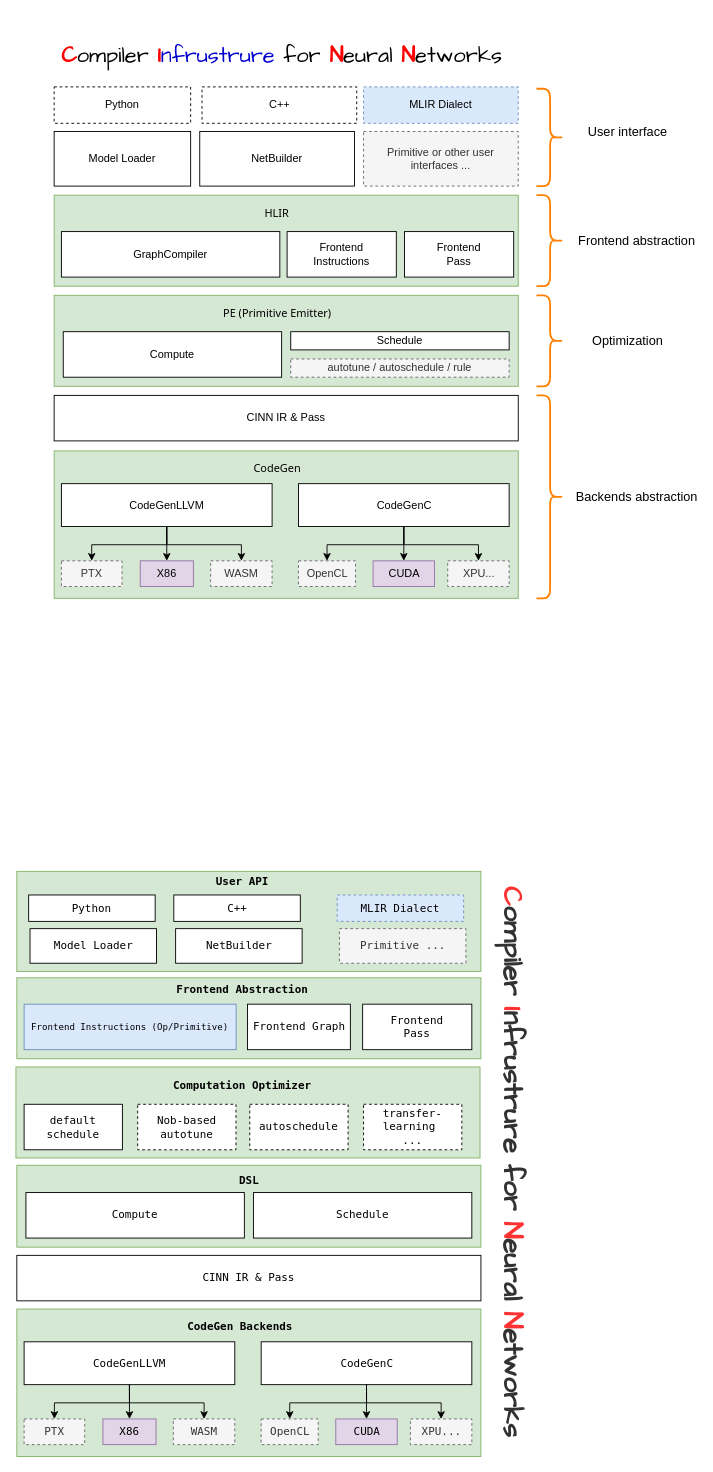
Above: CINN Architecture with future design.drawio in Superjomn/_tmp_images (draw.io), before the change. Source tidied: cells renumbered, new cells numbered last; positions are measured from the earlier drawing's top-left corner, leaving out a move shared by most shapes. Both pictures are drawn from the tidied source at 91%, with x=0, y=0 at pixel (15, 15).
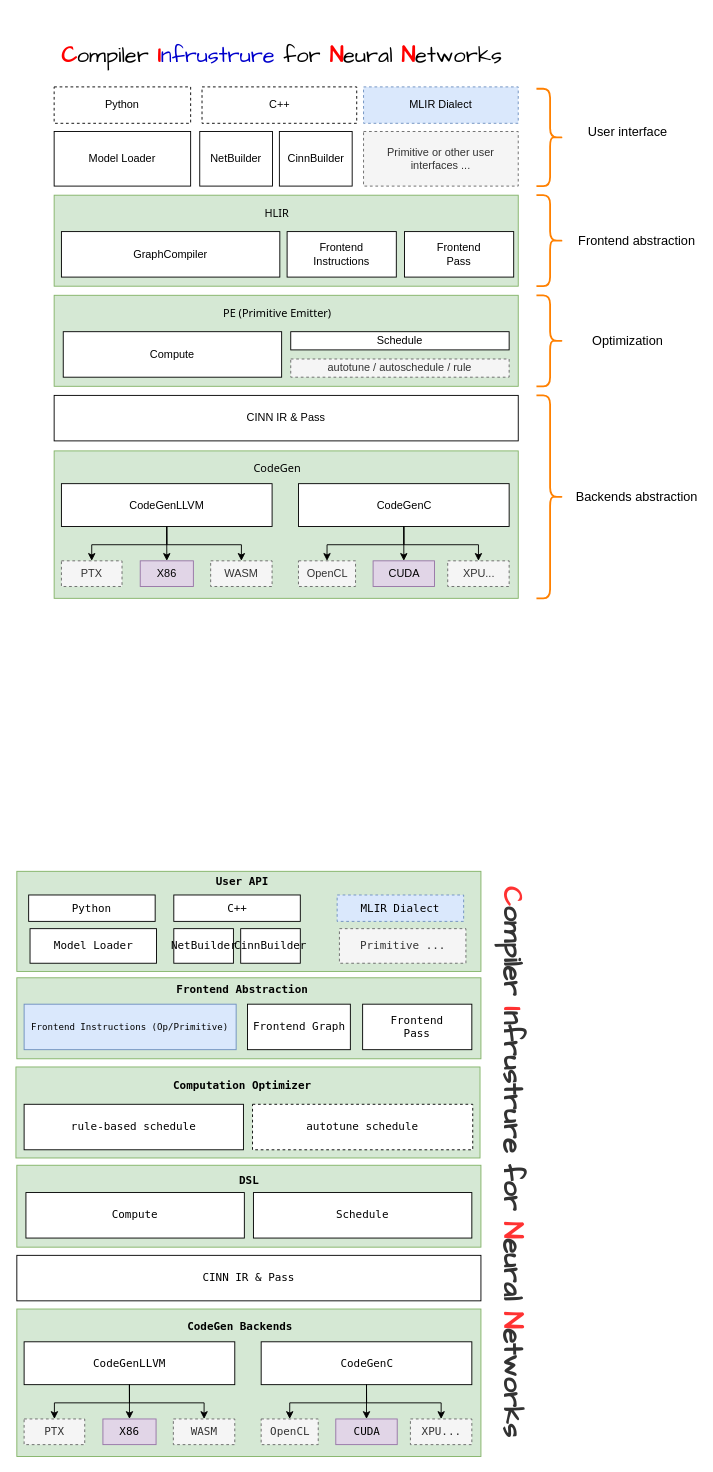
After the change.

Unchanged cells that the change refers to:
```xml
<mxCell id="70" style="group;" parent="1" vertex="1">
  <mxGeometry y="1155" width="510" height="100" as="geometry" />
</mxCell>
<mxCell id="83" style="group;" parent="1" vertex="1">
  <mxGeometry x="1" y="940" width="510" height="110" as="geometry" />
</mxCell>
```

What changed in the source:
```diff
@@
     <mxCell id="5" value="NetBuilder" style="rounded=0;whiteSpace=wrap;html=1;" parent="1" vertex="1">
-      <mxGeometry x="202" y="127" width="170" height="60" as="geometry" />
+      <mxGeometry x="202" y="127" width="80" height="60" as="geometry" />
     </mxCell>
@@
-    <mxCell id="72" value="Nob-based autotune" style="rounded=0;whiteSpace=wrap;html=1;dashed=1;fontFamily=Lucida Console;" parent="70" vertex="1">
-      <mxGeometry x="133.8" y="41" width="108" height="50" as="geometry" />
+    <mxCell id="72" value="autotune schedule" style="rounded=0;whiteSpace=wrap;html=1;dashed=1;fontFamily=Lucida Console;" parent="70" vertex="1">
+      <mxGeometry x="260" y="41" width="242" height="50" as="geometry" />
     </mxCell>
-    <mxCell id="73" value="autoschedule" style="rounded=0;whiteSpace=wrap;html=1;dashed=1;fontFamily=Lucida Console;" parent="70" vertex="1">
-      <mxGeometry x="257" y="41" width="108" height="50" as="geometry" />
-    </mxCell>
-    <mxCell id="74" value="default schedule" style="rounded=0;whiteSpace=wrap;html=1;fontFamily=Lucida Console;" parent="70" vertex="1">
-      <mxGeometry x="9" y="41" width="108" height="50" as="geometry" />
+    <mxCell id="74" value="rule-based schedule" style="rounded=0;whiteSpace=wrap;html=1;fontFamily=Lucida Console;" parent="70" vertex="1">
+      <mxGeometry x="9" y="41" width="241" height="50" as="geometry" />
     </mxCell>
@@
-    <mxCell id="76" value="transfer-learning&amp;nbsp;&lt;br&gt;..." style="rounded=0;whiteSpace=wrap;html=1;dashed=1;fontFamily=Lucida Console;" parent="70" vertex="1">
-      <mxGeometry x="382" y="41" width="108" height="50" as="geometry" />
-    </mxCell>
@@
     <mxCell id="86" value="NetBuilder" style="rounded=0;whiteSpace=wrap;html=1;fontFamily=Lucida Console;" parent="83" vertex="1">
-      <mxGeometry x="174.5" y="63" width="139" height="38" as="geometry" />
+      <mxGeometry x="172.5" y="63" width="65.5" height="38" as="geometry" />
     </mxCell>
@@
+    <mxCell id="92" value="CinnBuilder" style="rounded=0;whiteSpace=wrap;html=1;fontFamily=Lucida Console;" parent="83" vertex="1">
+      <mxGeometry x="246" y="63" width="65.5" height="38" as="geometry" />
+    </mxCell>
+    <mxCell id="93" value="CinnBuilder" style="rounded=0;whiteSpace=wrap;html=1;" parent="1" vertex="1">
+      <mxGeometry x="289.5" y="127" width="80" height="60" as="geometry" />
+    </mxCell>
```
